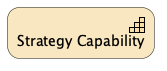
Before: doc/elements/strategy-capability.plantuml.png, a diagram exported from PlantUML (SixArm/archimate-examples). Source of this version:
```plantuml
@startuml
!include <archimate/Archimate>
Strategy_Capability(SC_01, "Strategy Capability")
@enduml
```
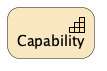
Above is the later version.

Change to the diagram source:
```diff
@@ -1,4 +1,4 @@
 @startuml
 !include <archimate/Archimate>
-Strategy_Capability(SC_01, "Strategy Capability")
+Strategy_Capability(Capability, "Capability")
 @enduml
```
